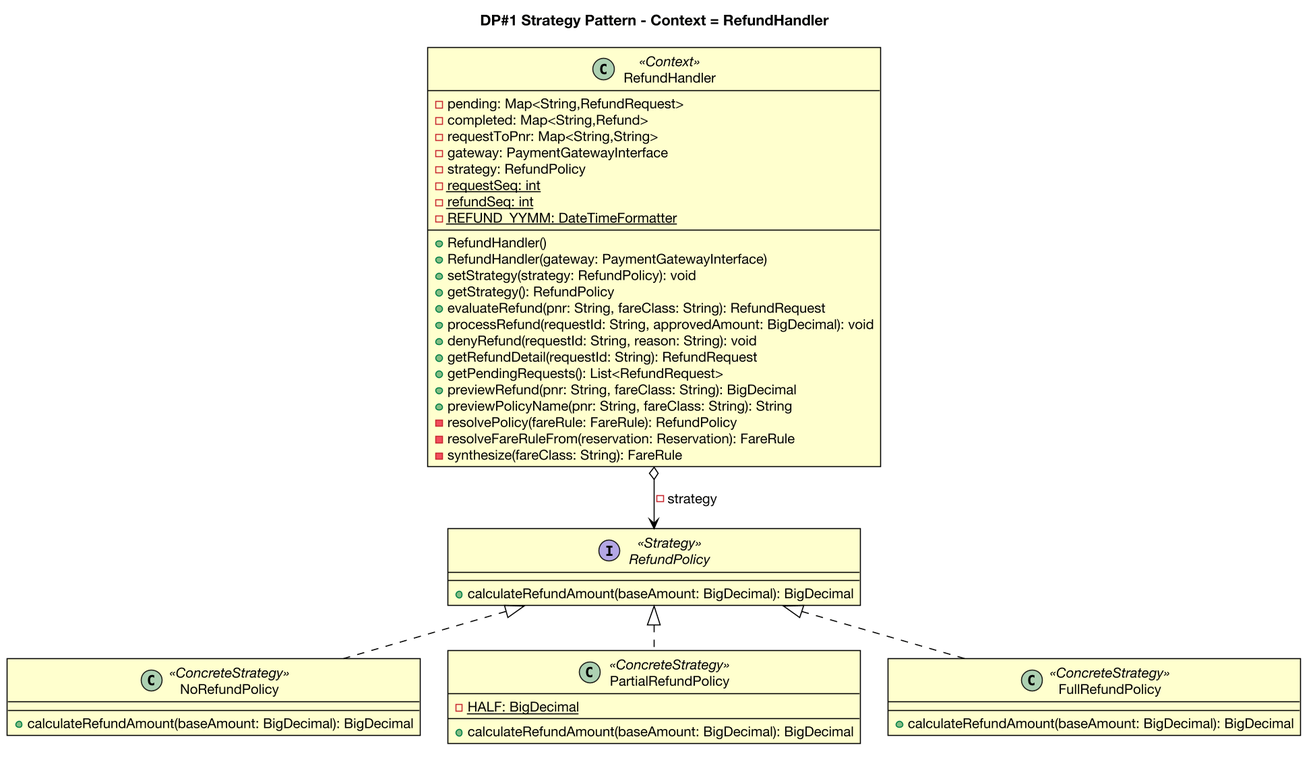
This is docs/diagrams/iter4-puml/en/dp1-strategy.png from gimjungwook/KoreanAirReservationDomain, a PlantUML export, as it was before one commit.
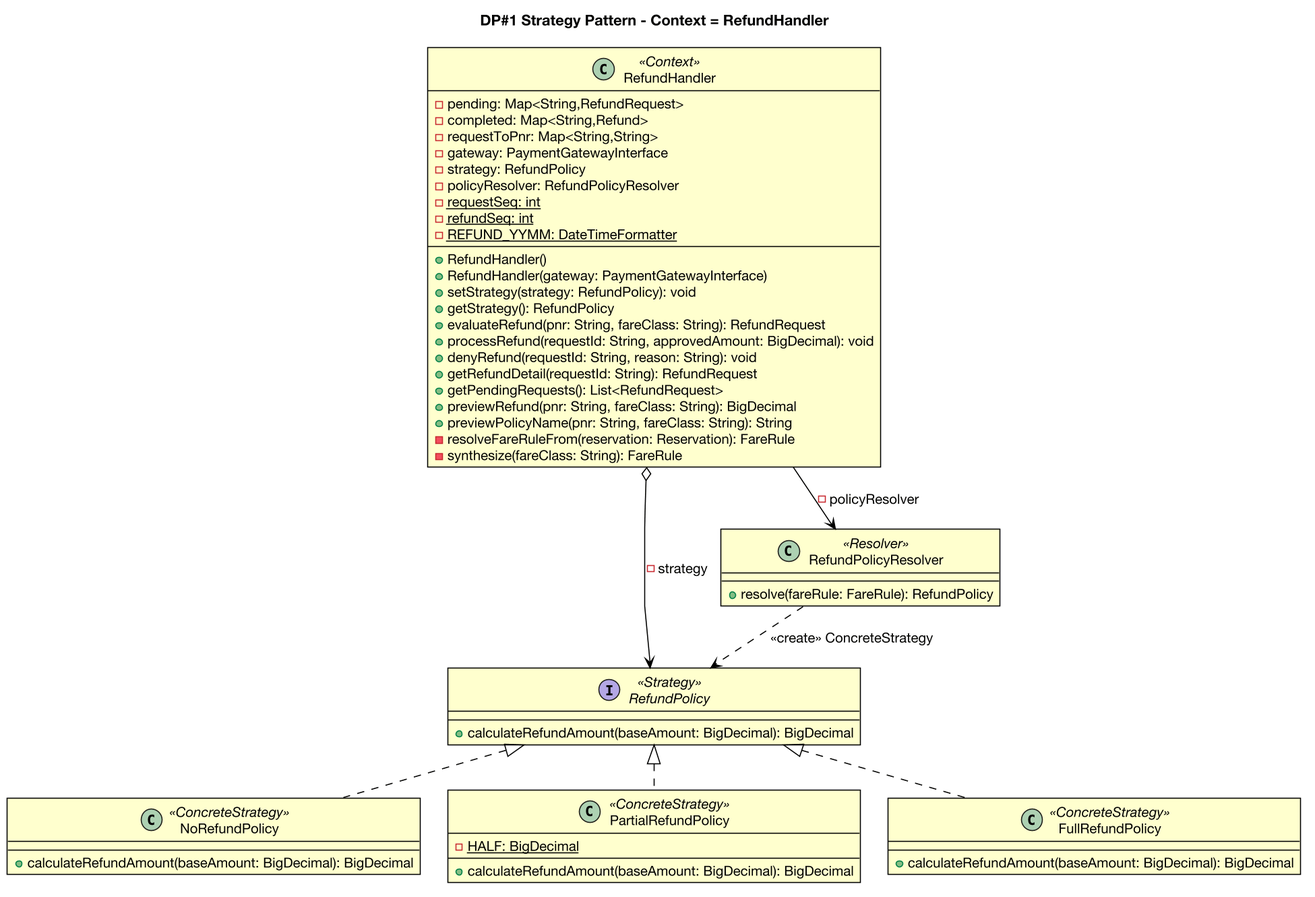
After the commit.

Commit message:
Iteration 4: extract RefundPolicyResolver from RefundHandler (DP#1 Strategy)

What changed in the source:
```diff
@@ -47,6 +47,7 @@
   -requestToPnr: Map<String,String>
   -gateway: PaymentGatewayInterface
   -strategy: RefundPolicy
+  -policyResolver: RefundPolicyResolver
   -requestSeq: int {static}
   -refundSeq: int {static}
   -REFUND_YYMM: DateTimeFormatter {static}
@@ -62,12 +63,16 @@
   +getPendingRequests(): List<RefundRequest>
   +previewRefund(pnr: String, fareClass: String): BigDecimal
   +previewPolicyName(pnr: String, fareClass: String): String
-  -resolvePolicy(fareRule: FareRule): RefundPolicy
   -resolveFareRuleFrom(reservation: Reservation): FareRule
   -synthesize(fareClass: String): FareRule
+}
+class RefundPolicyResolver <<Resolver>> {
+  +resolve(fareRule: FareRule): RefundPolicy
 }
 RefundPolicy <|.. NoRefundPolicy
 RefundPolicy <|.. PartialRefundPolicy
 RefundPolicy <|.. FullRefundPolicy
 RefundHandler o--> RefundPolicy : -strategy
+RefundHandler --> RefundPolicyResolver : -policyResolver
+RefundPolicyResolver ..> RefundPolicy : <<create>> ConcreteStrategy
 @enduml
```
